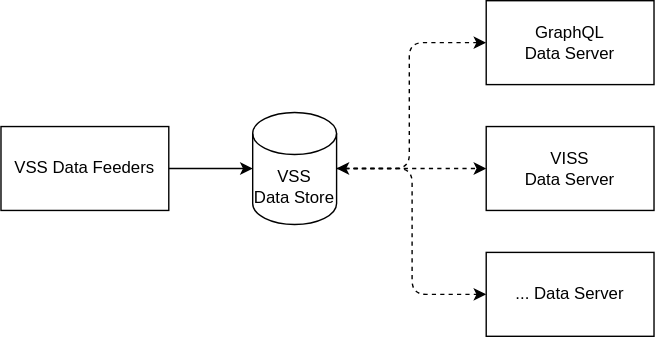
The draw.io diagram in-vehicle-storage/apache-iotdb/doc/in-vehicle-vss-datastore-overview.drawio.svg in slawr/vss-otaku, before a commit. Source tidied: cells renumbered, new cells last; positions are measured from the earlier drawing's top-left corner, leaving out a move shared by most shapes.
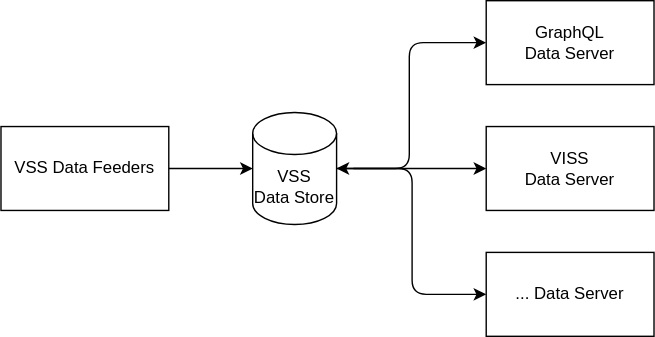
Later version of the same file.

Commit message:
in-vehicle storage: further README.me improvements

Diff of the diagram source:
```diff
@@ -8,7 +8,7 @@
     <mxCell id="3" value="VSS Data Feeders" style="rounded=0;whiteSpace=wrap;html=1;" parent="1" vertex="1">
       <mxGeometry y="90" width="120" height="60" as="geometry" />
     </mxCell>
-    <mxCell id="4" style="edgeStyle=orthogonalEdgeStyle;html=1;dashed=1;startArrow=none;startFill=0;entryX=0;entryY=0.5;entryDx=0;entryDy=0;" parent="1" edge="1" target="8">
+    <mxCell id="4" style="edgeStyle=orthogonalEdgeStyle;html=1;startArrow=none;startFill=0;entryX=0;entryY=0.5;entryDx=0;entryDy=0;" parent="1" edge="1" target="8">
       <mxGeometry relative="1" as="geometry">
         <mxPoint x="252" y="120" as="sourcePoint" />
         <Array as="points">
@@ -17,10 +17,10 @@
         </Array>
       </mxGeometry>
     </mxCell>
-    <mxCell id="5" style="edgeStyle=orthogonalEdgeStyle;html=1;entryX=0;entryY=0.5;entryDx=0;entryDy=0;exitX=1;exitY=0.5;exitDx=0;exitDy=0;exitPerimeter=0;dashed=1;" parent="1" edge="1" source="7" target="9">
+    <mxCell id="5" style="edgeStyle=orthogonalEdgeStyle;html=1;entryX=0;entryY=0.5;entryDx=0;entryDy=0;exitX=1;exitY=0.5;exitDx=0;exitDy=0;exitPerimeter=0;" parent="1" edge="1" source="7" target="9">
       <mxGeometry relative="1" as="geometry" />
     </mxCell>
-    <mxCell id="6" style="edgeStyle=orthogonalEdgeStyle;html=1;exitX=1;exitY=0.5;exitDx=0;exitDy=0;exitPerimeter=0;entryX=0;entryY=0.5;entryDx=0;entryDy=0;startArrow=classic;startFill=1;dashed=1;" parent="1" edge="1" source="7" target="10">
+    <mxCell id="6" style="edgeStyle=orthogonalEdgeStyle;html=1;exitX=1;exitY=0.5;exitDx=0;exitDy=0;exitPerimeter=0;entryX=0;entryY=0.5;entryDx=0;entryDy=0;startArrow=classic;startFill=1;" parent="1" edge="1" source="7" target="10">
       <mxGeometry relative="1" as="geometry">
         <Array as="points">
           <mxPoint x="294" y="120" />
```
